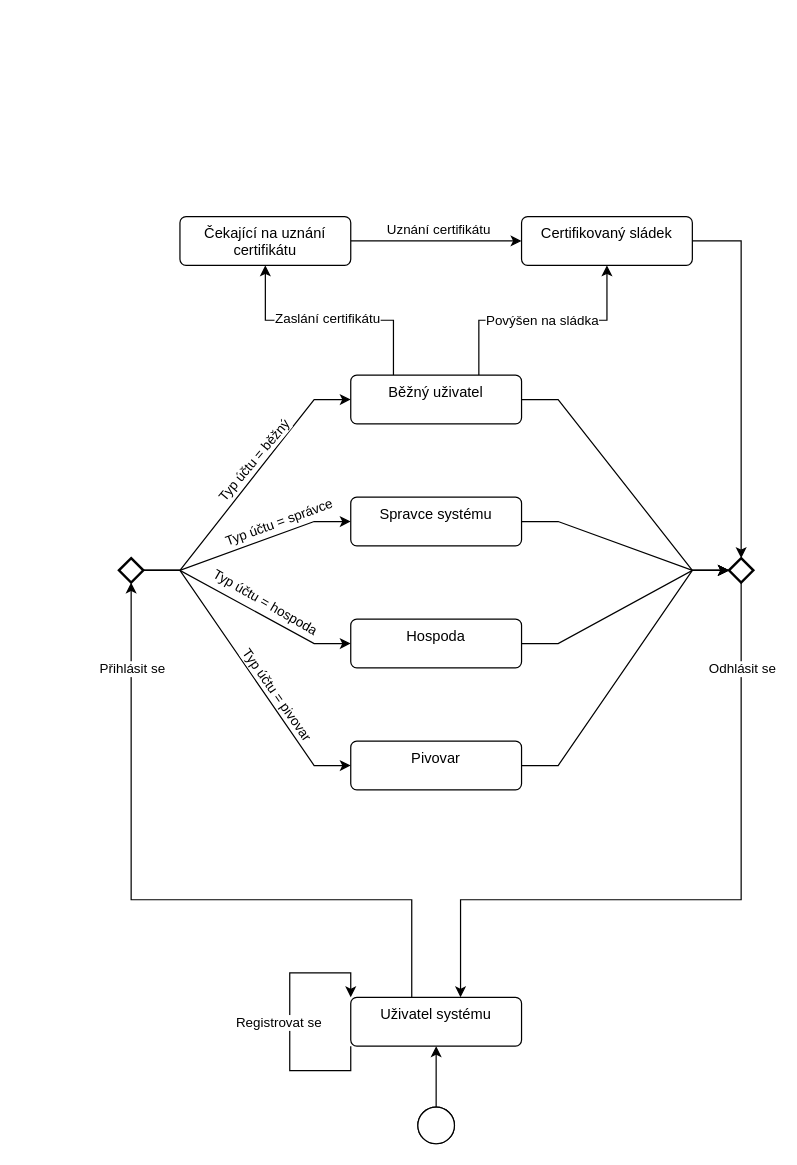
The draw.io diagram IUS/IUS_projekt/Stav-user.drawio in dan1235689/Diagrams, before the edit. Source tidied: cells renumbered, new cells numbered last; positions are measured from the earlier drawing's top-left corner, leaving out a move shared by most shapes. Both pictures are drawn from the tidied source at 122%, with x=0, y=0 at pixel (118, 216).
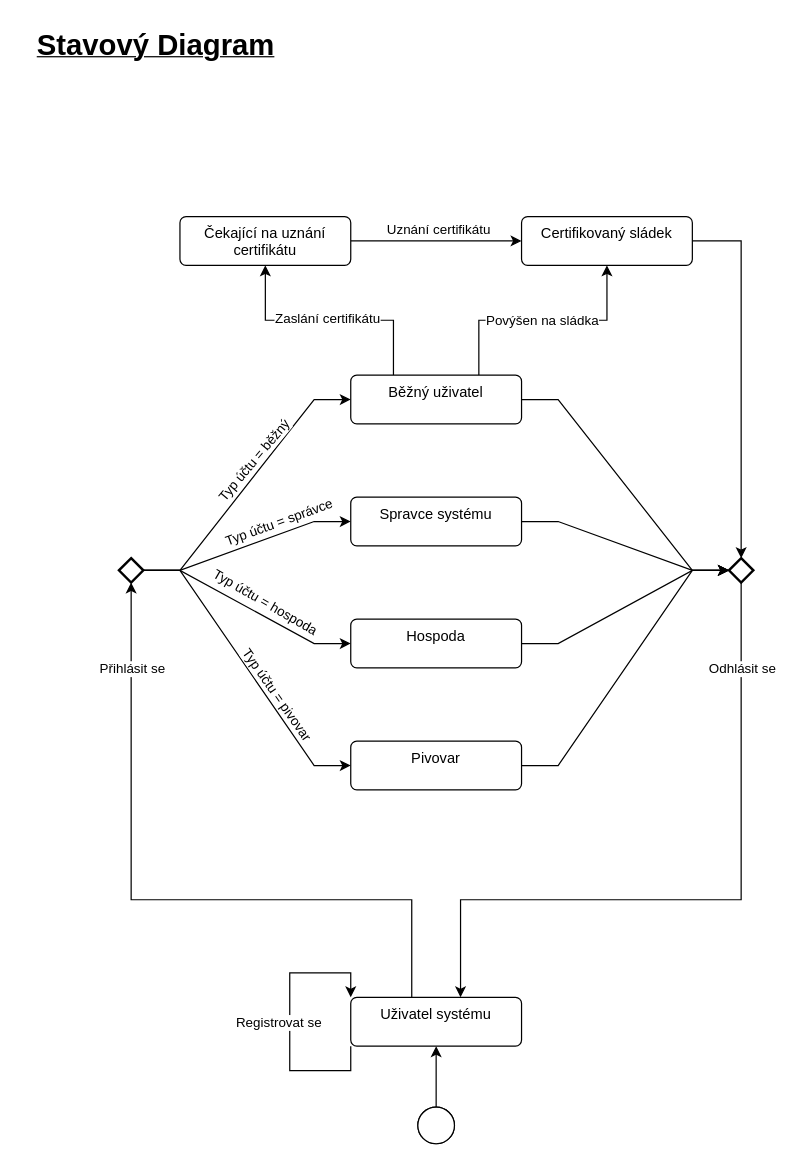
The same page after the edit.

The edit, as a diff of the source:
```diff
@@
+    <mxCell id="40" value="&lt;b&gt;&lt;u&gt;&lt;font style=&quot;font-size: 24px;&quot;&gt;Stavový Diagram&lt;/font&gt;&lt;/u&gt;&lt;/b&gt;" style="text;html=1;align=center;verticalAlign=middle;strokeColor=none;fillColor=none;" parent="1" vertex="1">
+      <mxGeometry x="-80" y="-160" width="220" height="40" as="geometry" />
+    </mxCell>
```
